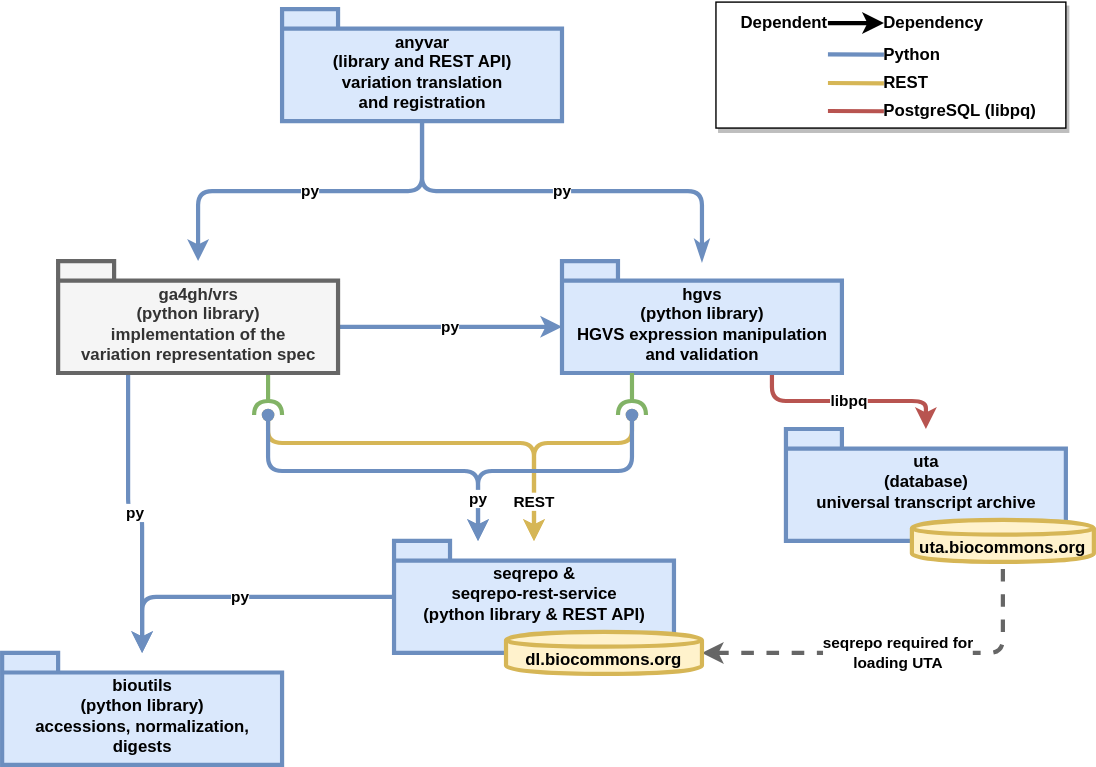
biocommons/biocommons.github.io keeps this draw.io diagram as docs/images/projects.drawio.svg. Above is the earlier version. Source tidied: cells renumbered, new cells last; positions are measured from the earlier drawing's top-left corner, leaving out a move shared by most shapes. Source of this version:
```xml
<mxGraphModel>
  <root>
    <mxCell id="0" />
    <mxCell id="1" parent="0" />
    <mxCell id="2" style="rounded=0;whiteSpace=wrap;html=1;strokeWidth=1;shadow=1;" parent="1" vertex="1">
      <mxGeometry x="510" width="250" height="90" as="geometry" />
    </mxCell>
    <mxCell id="3" value="py" style="edgeStyle=orthogonalEdgeStyle;rounded=1;jettySize=auto;html=1;exitX=0;exitY=0;exitDx=200;exitDy=47;exitPerimeter=0;strokeWidth=3;entryX=0;entryY=0;entryDx=0;entryDy=47;entryPerimeter=0;fontStyle=1;fillColor=#dae8fc;strokeColor=#6c8ebf;" parent="1" edge="1" source="6" target="9">
      <mxGeometry relative="1" as="geometry" />
    </mxCell>
    <mxCell id="4" style="edgeStyle=none;rounded=0;jettySize=auto;html=1;exitX=0.75;exitY=1;exitDx=0;exitDy=0;exitPerimeter=0;strokeWidth=3;endArrow=halfCircle;endFill=0;fillColor=#d5e8d4;strokeColor=#82b366;" parent="1" edge="1" source="6">
      <mxGeometry relative="1" as="geometry">
        <mxPoint x="190" y="295" as="targetPoint" />
      </mxGeometry>
    </mxCell>
    <mxCell id="5" value="py" style="edgeStyle=orthogonalEdgeStyle;rounded=1;jettySize=auto;html=1;strokeWidth=3;exitX=0.25;exitY=1;exitDx=0;exitDy=0;exitPerimeter=0;fontStyle=1;fillColor=#dae8fc;strokeColor=#6c8ebf;" parent="1" edge="1" source="6" target="17">
      <mxGeometry relative="1" as="geometry" />
    </mxCell>
    <mxCell id="6" value="ga4gh/vrs&lt;br&gt;(python library)&lt;br&gt;implementation of the&lt;br&gt;variation representation spec" style="shape=folder;fontStyle=1;spacingTop=10;tabWidth=40;tabHeight=14;tabPosition=left;html=1;fillColor=#f5f5f5;strokeColor=#666666;verticalAlign=top;strokeWidth=3;fontColor=#333333;" parent="1" vertex="1">
      <mxGeometry x="40" y="185" width="200" height="80" as="geometry" />
    </mxCell>
    <mxCell id="7" style="edgeStyle=orthogonalEdgeStyle;rounded=1;jettySize=auto;html=1;strokeWidth=3;startArrow=oval;startFill=1;fillColor=#fff2cc;strokeColor=#d6b656;" parent="1" edge="1" target="12">
      <mxGeometry relative="1" as="geometry">
        <mxPoint x="450" y="295" as="sourcePoint" />
        <Array as="points">
          <mxPoint x="450" y="315" />
          <mxPoint x="380" y="315" />
        </Array>
      </mxGeometry>
    </mxCell>
    <mxCell id="8" value="libpq" style="edgeStyle=orthogonalEdgeStyle;rounded=1;jettySize=auto;html=1;exitX=0.75;exitY=1;exitDx=0;exitDy=0;exitPerimeter=0;strokeWidth=3;fontStyle=1;fillColor=#f8cecc;strokeColor=#b85450;" parent="1" edge="1" source="9" target="18">
      <mxGeometry relative="1" as="geometry">
        <Array as="points">
          <mxPoint x="550" y="285" />
          <mxPoint x="660" y="285" />
        </Array>
      </mxGeometry>
    </mxCell>
    <mxCell id="9" value="hgvs&lt;br&gt;(python library)&lt;br&gt;HGVS expression manipulation&lt;br&gt;and validation" style="shape=folder;fontStyle=1;spacingTop=10;tabWidth=40;tabHeight=14;tabPosition=left;html=1;fillColor=#dae8fc;strokeColor=#6c8ebf;strokeWidth=3;verticalAlign=top;" parent="1" vertex="1">
      <mxGeometry x="400" y="185" width="200" height="80" as="geometry" />
    </mxCell>
    <mxCell id="10" value="py" style="edgeStyle=orthogonalEdgeStyle;rounded=1;jettySize=auto;html=1;strokeWidth=3;fontStyle=1;fillColor=#dae8fc;strokeColor=#6c8ebf;" parent="1" edge="1" source="12" target="17">
      <mxGeometry relative="1" as="geometry">
        <Array as="points">
          <mxPoint x="100" y="425" />
        </Array>
      </mxGeometry>
    </mxCell>
    <mxCell id="11" value="seqrepo required for&lt;br&gt;loading UTA&lt;br&gt;" style="edgeStyle=orthogonalEdgeStyle;rounded=1;html=1;exitX=1;exitY=0.5;exitDx=0;exitDy=0;entryX=0.5;entryY=1;entryDx=0;entryDy=0;strokeWidth=3;startArrow=classic;startFill=1;endArrow=none;endFill=0;dashed=1;fontStyle=1;fillColor=#f5f5f5;strokeColor=#666666;" parent="1" edge="1" source="16" target="19">
      <mxGeometry relative="1" as="geometry" />
    </mxCell>
    <mxCell id="12" value="seqrepo &amp;amp;&amp;nbsp;&lt;br&gt;seqrepo-rest-service&lt;br&gt;(python library &amp;amp; REST API)" style="shape=folder;fontStyle=1;spacingTop=10;tabWidth=40;tabHeight=14;tabPosition=left;html=1;fillColor=#dae8fc;strokeColor=#6c8ebf;strokeWidth=3;verticalAlign=top;" parent="1" vertex="1">
      <mxGeometry x="280" y="385" width="200" height="80" as="geometry" />
    </mxCell>
    <mxCell id="13" value="py" style="edgeStyle=orthogonalEdgeStyle;rounded=1;jettySize=auto;html=1;exitX=0.5;exitY=1;exitDx=0;exitDy=0;exitPerimeter=0;endArrow=classic;endFill=1;strokeWidth=3;fontStyle=1;fillColor=#dae8fc;strokeColor=#6c8ebf;spacingLeft=0;spacing=2;labelBorderColor=none;" parent="1" edge="1" source="15" target="6">
      <mxGeometry relative="1" as="geometry" />
    </mxCell>
    <mxCell id="14" value="py" style="edgeStyle=orthogonalEdgeStyle;rounded=1;html=1;exitX=0.5;exitY=1;exitDx=0;exitDy=0;exitPerimeter=0;strokeWidth=3;startArrow=none;startFill=0;endArrow=classicThin;endFill=1;fontStyle=1;fillColor=#dae8fc;strokeColor=#6c8ebf;" parent="1" edge="1" source="15" target="9">
      <mxGeometry relative="1" as="geometry" />
    </mxCell>
    <mxCell id="15" value="anyvar&lt;br&gt;(library and REST API)&lt;br&gt;variation translation&lt;br&gt;and registration" style="shape=folder;fontStyle=1;spacingTop=10;tabWidth=40;tabHeight=14;tabPosition=left;html=1;fillColor=#dae8fc;strokeColor=#6c8ebf;strokeWidth=3;" parent="1" vertex="1">
      <mxGeometry x="200" y="5" width="200" height="80" as="geometry" />
    </mxCell>
    <mxCell id="16" value="&lt;b&gt;dl.biocommons.org&lt;/b&gt;" style="shape=cylinder;whiteSpace=wrap;html=1;boundedLbl=1;backgroundOutline=1;fillColor=#fff2cc;strokeColor=#d6b656;strokeWidth=3;" parent="1" vertex="1">
      <mxGeometry x="360" y="450" width="140" height="30" as="geometry" />
    </mxCell>
    <mxCell id="17" value="bioutils&lt;br&gt;(python library)&lt;br&gt;accessions, normalization,&lt;br&gt;digests" style="shape=folder;fontStyle=1;spacingTop=10;tabWidth=40;tabHeight=14;tabPosition=left;html=1;fillColor=#dae8fc;strokeColor=#6c8ebf;strokeWidth=3;verticalAlign=top;" parent="1" vertex="1">
      <mxGeometry y="465" width="200" height="80" as="geometry" />
    </mxCell>
    <mxCell id="18" value="uta&lt;br&gt;(database)&lt;br&gt;universal transcript archive" style="shape=folder;fontStyle=1;spacingTop=10;tabWidth=40;tabHeight=14;tabPosition=left;html=1;fillColor=#dae8fc;strokeColor=#6c8ebf;strokeWidth=3;verticalAlign=top;" parent="1" vertex="1">
      <mxGeometry x="560" y="305" width="200" height="80" as="geometry" />
    </mxCell>
    <mxCell id="19" value="uta.biocommons.org" style="shape=cylinder;whiteSpace=wrap;html=1;boundedLbl=1;backgroundOutline=1;fillColor=#fff2cc;strokeColor=#d6b656;strokeWidth=3;fontStyle=1;" parent="1" vertex="1">
      <mxGeometry x="650" y="370" width="130" height="30" as="geometry" />
    </mxCell>
    <mxCell id="20" style="edgeStyle=none;rounded=0;jettySize=auto;html=1;strokeWidth=3;endArrow=halfCircle;endFill=0;exitX=0.25;exitY=1;exitDx=0;exitDy=0;exitPerimeter=0;fillColor=#d5e8d4;strokeColor=#82b366;" parent="1" edge="1" source="9">
      <mxGeometry relative="1" as="geometry">
        <mxPoint x="450" y="295" as="targetPoint" />
      </mxGeometry>
    </mxCell>
    <mxCell id="21" value="REST" style="edgeStyle=orthogonalEdgeStyle;rounded=1;orthogonalLoop=1;jettySize=auto;html=1;strokeWidth=3;startArrow=oval;startFill=1;fontStyle=1;fillColor=#fff2cc;strokeColor=#d6b656;" parent="1" edge="1">
      <mxGeometry x="0.8" relative="1" as="geometry">
        <mxPoint x="190" y="295" as="sourcePoint" />
        <mxPoint x="380" y="385" as="targetPoint" />
        <Array as="points">
          <mxPoint x="190" y="315" />
          <mxPoint x="380" y="315" />
        </Array>
      </mxGeometry>
    </mxCell>
    <mxCell id="22" style="edgeStyle=orthogonalEdgeStyle;rounded=1;jettySize=auto;html=1;strokeWidth=3;startArrow=oval;startFill=1;fillColor=#dae8fc;strokeColor=#6c8ebf;entryX=0.3;entryY=0;entryDx=0;entryDy=0;entryPerimeter=0;" parent="1" edge="1" target="12">
      <mxGeometry relative="1" as="geometry">
        <mxPoint x="450" y="295" as="sourcePoint" />
        <Array as="points">
          <mxPoint x="450" y="335" />
          <mxPoint x="340" y="335" />
        </Array>
      </mxGeometry>
    </mxCell>
    <mxCell id="23" value="py" style="edgeStyle=orthogonalEdgeStyle;rounded=1;orthogonalLoop=1;jettySize=auto;html=1;strokeWidth=3;startArrow=oval;startFill=1;fontStyle=1;fillColor=#dae8fc;strokeColor=#6c8ebf;" parent="1" edge="1">
      <mxGeometry x="0.75" relative="1" as="geometry">
        <mxPoint x="190" y="295" as="sourcePoint" />
        <mxPoint x="340" y="385" as="targetPoint" />
        <Array as="points">
          <mxPoint x="190" y="335" />
          <mxPoint x="340" y="335" />
        </Array>
      </mxGeometry>
    </mxCell>
    <mxCell id="24" style="edgeStyle=none;html=1;exitX=1;exitY=0.5;exitDx=0;exitDy=0;entryX=0;entryY=0.5;entryDx=0;entryDy=0;strokeWidth=3;spacing=2;targetPerimeterSpacing=0;sourcePerimeterSpacing=0;" parent="1" edge="1" source="25" target="26">
      <mxGeometry relative="1" as="geometry" />
    </mxCell>
    <mxCell id="25" value="Dependent&amp;nbsp;&amp;nbsp;" style="text;html=1;strokeColor=none;fillColor=none;align=right;verticalAlign=middle;whiteSpace=wrap;rounded=0;strokeWidth=3;fontStyle=1;spacing=0;spacingLeft=0;spacingRight=0;" parent="1" vertex="1">
      <mxGeometry x="510" width="80" height="30" as="geometry" />
    </mxCell>
    <mxCell id="26" value="&amp;nbsp; Dependency" style="text;html=1;strokeColor=none;fillColor=none;align=left;verticalAlign=middle;whiteSpace=wrap;rounded=0;strokeWidth=3;fontStyle=1;spacing=0;spacingLeft=0;spacingRight=0;" parent="1" vertex="1">
      <mxGeometry x="630" width="85" height="30" as="geometry" />
    </mxCell>
    <mxCell id="27" style="edgeStyle=none;html=1;exitX=1;exitY=0.5;exitDx=0;exitDy=0;strokeWidth=3;spacing=2;targetPerimeterSpacing=0;sourcePerimeterSpacing=0;endArrow=none;endFill=0;fillColor=#dae8fc;strokeColor=#6c8ebf;" parent="1" edge="1">
      <mxGeometry relative="1" as="geometry">
        <mxPoint x="590" y="37.3" as="sourcePoint" />
        <mxPoint x="630" y="37.5" as="targetPoint" />
      </mxGeometry>
    </mxCell>
    <mxCell id="28" value="&amp;nbsp;Python" style="text;html=1;strokeColor=none;fillColor=none;align=left;verticalAlign=middle;whiteSpace=wrap;rounded=0;strokeWidth=3;fontStyle=1;spacing=0;spacingLeft=0;spacingRight=0;" parent="1" vertex="1">
      <mxGeometry x="630" y="30" width="120" height="15" as="geometry" />
    </mxCell>
    <mxCell id="29" style="edgeStyle=none;html=1;exitX=1;exitY=0.5;exitDx=0;exitDy=0;strokeWidth=3;spacing=2;targetPerimeterSpacing=0;sourcePerimeterSpacing=0;endArrow=none;endFill=0;fillColor=#fff2cc;strokeColor=#d6b656;" parent="1" edge="1">
      <mxGeometry relative="1" as="geometry">
        <mxPoint x="590" y="57.8" as="sourcePoint" />
        <mxPoint x="630" y="58" as="targetPoint" />
      </mxGeometry>
    </mxCell>
    <mxCell id="30" value="&amp;nbsp;REST" style="text;html=1;strokeColor=none;fillColor=none;align=left;verticalAlign=middle;whiteSpace=wrap;rounded=0;strokeWidth=3;fontStyle=1;spacing=0;spacingLeft=0;spacingRight=0;" parent="1" vertex="1">
      <mxGeometry x="630" y="50.5" width="120" height="15" as="geometry" />
    </mxCell>
    <mxCell id="31" style="edgeStyle=none;html=1;exitX=1;exitY=0.5;exitDx=0;exitDy=0;strokeWidth=3;spacing=2;targetPerimeterSpacing=0;sourcePerimeterSpacing=0;endArrow=none;endFill=0;fillColor=#f8cecc;strokeColor=#b85450;" parent="1" edge="1">
      <mxGeometry relative="1" as="geometry">
        <mxPoint x="590" y="77.8" as="sourcePoint" />
        <mxPoint x="630" y="78" as="targetPoint" />
      </mxGeometry>
    </mxCell>
    <mxCell id="32" value="&amp;nbsp;PostgreSQL (libpq)" style="text;html=1;strokeColor=none;fillColor=none;align=left;verticalAlign=middle;whiteSpace=wrap;rounded=0;strokeWidth=3;fontStyle=1;spacing=0;spacingLeft=0;spacingRight=0;" parent="1" vertex="1">
      <mxGeometry x="630" y="70.5" width="120" height="15" as="geometry" />
    </mxCell>
  </root>
</mxGraphModel>
```
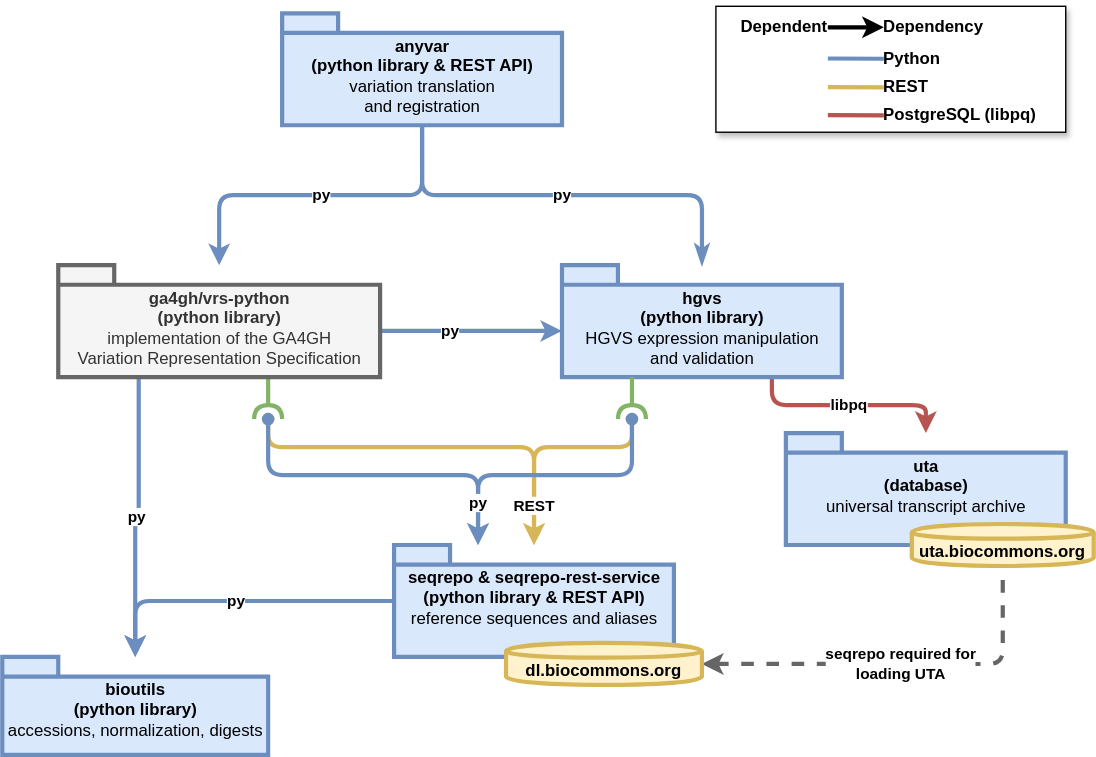
The same file after the commit.

Commit message:
docs: update project diagram + 2025 hackathon readme

The edit, as a diff of the source:
```diff
@@ -8,16 +8,17 @@
     <mxCell id="3" value="py" style="edgeStyle=orthogonalEdgeStyle;rounded=1;jettySize=auto;html=1;exitX=0;exitY=0;exitDx=200;exitDy=47;exitPerimeter=0;strokeWidth=3;entryX=0;entryY=0;entryDx=0;entryDy=47;entryPerimeter=0;fontStyle=1;fillColor=#dae8fc;strokeColor=#6c8ebf;" parent="1" edge="1" source="6" target="9">
       <mxGeometry relative="1" as="geometry" />
     </mxCell>
-    <mxCell id="4" style="edgeStyle=none;rounded=0;jettySize=auto;html=1;exitX=0.75;exitY=1;exitDx=0;exitDy=0;exitPerimeter=0;strokeWidth=3;endArrow=halfCircle;endFill=0;fillColor=#d5e8d4;strokeColor=#82b366;" parent="1" edge="1" source="6">
+    <mxCell id="4" style="edgeStyle=none;rounded=0;orthogonalLoop=1;jettySize=auto;html=1;strokeWidth=3;endArrow=halfCircle;endFill=0;fillColor=#d5e8d4;strokeColor=#82b366;" parent="1" edge="1">
       <mxGeometry relative="1" as="geometry">
+        <mxPoint x="190" y="255" as="sourcePoint" />
         <mxPoint x="190" y="295" as="targetPoint" />
       </mxGeometry>
     </mxCell>
     <mxCell id="5" value="py" style="edgeStyle=orthogonalEdgeStyle;rounded=1;jettySize=auto;html=1;strokeWidth=3;exitX=0.25;exitY=1;exitDx=0;exitDy=0;exitPerimeter=0;fontStyle=1;fillColor=#dae8fc;strokeColor=#6c8ebf;" parent="1" edge="1" source="6" target="17">
       <mxGeometry relative="1" as="geometry" />
     </mxCell>
-    <mxCell id="6" value="ga4gh/vrs&lt;br&gt;(python library)&lt;br&gt;implementation of the&lt;br&gt;variation representation spec" style="shape=folder;fontStyle=1;spacingTop=10;tabWidth=40;tabHeight=14;tabPosition=left;html=1;fillColor=#f5f5f5;strokeColor=#666666;verticalAlign=top;strokeWidth=3;fontColor=#333333;" parent="1" vertex="1">
-      <mxGeometry x="40" y="185" width="200" height="80" as="geometry" />
+    <mxCell id="6" value="ga4gh/vrs-python&lt;br&gt;(python library)&lt;br&gt;&lt;span style=&quot;font-weight: normal;&quot;&gt;implementation of the GA4GH&lt;br&gt;Variation Representation Specification&lt;/span&gt;" style="shape=folder;fontStyle=1;spacingTop=10;tabWidth=40;tabHeight=14;tabPosition=left;html=1;fillColor=#f5f5f5;strokeColor=#666666;verticalAlign=top;strokeWidth=3;fontColor=#333333;" parent="1" vertex="1">
+      <mxGeometry x="40" y="185" width="230" height="80" as="geometry" />
     </mxCell>
     <mxCell id="7" style="edgeStyle=orthogonalEdgeStyle;rounded=1;jettySize=auto;html=1;strokeWidth=3;startArrow=oval;startFill=1;fillColor=#fff2cc;strokeColor=#d6b656;" parent="1" edge="1" target="12">
       <mxGeometry relative="1" as="geometry">
@@ -36,20 +37,20 @@
         </Array>
       </mxGeometry>
     </mxCell>
-    <mxCell id="9" value="hgvs&lt;br&gt;(python library)&lt;br&gt;HGVS expression manipulation&lt;br&gt;and validation" style="shape=folder;fontStyle=1;spacingTop=10;tabWidth=40;tabHeight=14;tabPosition=left;html=1;fillColor=#dae8fc;strokeColor=#6c8ebf;strokeWidth=3;verticalAlign=top;" parent="1" vertex="1">
+    <mxCell id="9" value="hgvs&lt;br&gt;(python library)&lt;br&gt;&lt;span style=&quot;font-weight: normal;&quot;&gt;HGVS expression manipulation&lt;br&gt;and validation&lt;/span&gt;" style="shape=folder;fontStyle=1;spacingTop=10;tabWidth=40;tabHeight=14;tabPosition=left;html=1;fillColor=#dae8fc;strokeColor=#6c8ebf;strokeWidth=3;verticalAlign=top;" parent="1" vertex="1">
       <mxGeometry x="400" y="185" width="200" height="80" as="geometry" />
     </mxCell>
     <mxCell id="10" value="py" style="edgeStyle=orthogonalEdgeStyle;rounded=1;jettySize=auto;html=1;strokeWidth=3;fontStyle=1;fillColor=#dae8fc;strokeColor=#6c8ebf;" parent="1" edge="1" source="12" target="17">
       <mxGeometry relative="1" as="geometry">
         <Array as="points">
-          <mxPoint x="100" y="425" />
+          <mxPoint x="95" y="425" />
         </Array>
       </mxGeometry>
     </mxCell>
     <mxCell id="11" value="seqrepo required for&lt;br&gt;loading UTA&lt;br&gt;" style="edgeStyle=orthogonalEdgeStyle;rounded=1;html=1;exitX=1;exitY=0.5;exitDx=0;exitDy=0;entryX=0.5;entryY=1;entryDx=0;entryDy=0;strokeWidth=3;startArrow=classic;startFill=1;endArrow=none;endFill=0;dashed=1;fontStyle=1;fillColor=#f5f5f5;strokeColor=#666666;" parent="1" edge="1" source="16" target="19">
       <mxGeometry relative="1" as="geometry" />
     </mxCell>
-    <mxCell id="12" value="seqrepo &amp;amp;&amp;nbsp;&lt;br&gt;seqrepo-rest-service&lt;br&gt;(python library &amp;amp; REST API)" style="shape=folder;fontStyle=1;spacingTop=10;tabWidth=40;tabHeight=14;tabPosition=left;html=1;fillColor=#dae8fc;strokeColor=#6c8ebf;strokeWidth=3;verticalAlign=top;" parent="1" vertex="1">
+    <mxCell id="12" value="seqrepo &amp;amp; seqrepo-rest-service &lt;br&gt;&lt;span style=&quot;color: rgb(0, 0, 0);&quot;&gt;(python library &amp;amp;&amp;nbsp;&lt;/span&gt;REST API)&lt;br&gt;&lt;span style=&quot;font-weight: normal;&quot;&gt;reference sequences and aliases&lt;/span&gt;" style="shape=folder;fontStyle=1;spacingTop=10;tabWidth=40;tabHeight=14;tabPosition=left;html=1;fillColor=#dae8fc;strokeColor=#6c8ebf;strokeWidth=3;verticalAlign=top;" parent="1" vertex="1">
       <mxGeometry x="280" y="385" width="200" height="80" as="geometry" />
     </mxCell>
     <mxCell id="13" value="py" style="edgeStyle=orthogonalEdgeStyle;rounded=1;jettySize=auto;html=1;exitX=0.5;exitY=1;exitDx=0;exitDy=0;exitPerimeter=0;endArrow=classic;endFill=1;strokeWidth=3;fontStyle=1;fillColor=#dae8fc;strokeColor=#6c8ebf;spacingLeft=0;spacing=2;labelBorderColor=none;" parent="1" edge="1" source="15" target="6">
@@ -58,16 +59,16 @@
     <mxCell id="14" value="py" style="edgeStyle=orthogonalEdgeStyle;rounded=1;html=1;exitX=0.5;exitY=1;exitDx=0;exitDy=0;exitPerimeter=0;strokeWidth=3;startArrow=none;startFill=0;endArrow=classicThin;endFill=1;fontStyle=1;fillColor=#dae8fc;strokeColor=#6c8ebf;" parent="1" edge="1" source="15" target="9">
       <mxGeometry relative="1" as="geometry" />
     </mxCell>
-    <mxCell id="15" value="anyvar&lt;br&gt;(library and REST API)&lt;br&gt;variation translation&lt;br&gt;and registration" style="shape=folder;fontStyle=1;spacingTop=10;tabWidth=40;tabHeight=14;tabPosition=left;html=1;fillColor=#dae8fc;strokeColor=#6c8ebf;strokeWidth=3;" parent="1" vertex="1">
+    <mxCell id="15" value="anyvar&lt;br&gt;(python library &amp;amp; REST API)&lt;br&gt;&lt;span style=&quot;font-weight: normal;&quot;&gt;variation translation&lt;br&gt;and registration&lt;/span&gt;" style="shape=folder;fontStyle=1;spacingTop=10;tabWidth=40;tabHeight=14;tabPosition=left;html=1;fillColor=#dae8fc;strokeColor=#6c8ebf;strokeWidth=3;" parent="1" vertex="1">
       <mxGeometry x="200" y="5" width="200" height="80" as="geometry" />
     </mxCell>
     <mxCell id="16" value="&lt;b&gt;dl.biocommons.org&lt;/b&gt;" style="shape=cylinder;whiteSpace=wrap;html=1;boundedLbl=1;backgroundOutline=1;fillColor=#fff2cc;strokeColor=#d6b656;strokeWidth=3;" parent="1" vertex="1">
-      <mxGeometry x="360" y="450" width="140" height="30" as="geometry" />
+      <mxGeometry x="360" y="455" width="140" height="30" as="geometry" />
     </mxCell>
-    <mxCell id="17" value="bioutils&lt;br&gt;(python library)&lt;br&gt;accessions, normalization,&lt;br&gt;digests" style="shape=folder;fontStyle=1;spacingTop=10;tabWidth=40;tabHeight=14;tabPosition=left;html=1;fillColor=#dae8fc;strokeColor=#6c8ebf;strokeWidth=3;verticalAlign=top;" parent="1" vertex="1">
-      <mxGeometry y="465" width="200" height="80" as="geometry" />
+    <mxCell id="17" value="bioutils&lt;br&gt;(python library)&lt;br&gt;&lt;span style=&quot;font-weight: normal;&quot;&gt;accessions, normalization, digests&lt;/span&gt;" style="shape=folder;fontStyle=1;spacingTop=10;tabWidth=40;tabHeight=14;tabPosition=left;html=1;fillColor=#dae8fc;strokeColor=#6c8ebf;strokeWidth=3;verticalAlign=top;" parent="1" vertex="1">
+      <mxGeometry y="465" width="190" height="70" as="geometry" />
     </mxCell>
-    <mxCell id="18" value="uta&lt;br&gt;(database)&lt;br&gt;universal transcript archive" style="shape=folder;fontStyle=1;spacingTop=10;tabWidth=40;tabHeight=14;tabPosition=left;html=1;fillColor=#dae8fc;strokeColor=#6c8ebf;strokeWidth=3;verticalAlign=top;" parent="1" vertex="1">
+    <mxCell id="18" value="uta&lt;br&gt;(database)&lt;br&gt;&lt;span style=&quot;font-weight: normal;&quot;&gt;universal transcript archive&lt;/span&gt;" style="shape=folder;fontStyle=1;spacingTop=10;tabWidth=40;tabHeight=14;tabPosition=left;html=1;fillColor=#dae8fc;strokeColor=#6c8ebf;strokeWidth=3;verticalAlign=top;" parent="1" vertex="1">
       <mxGeometry x="560" y="305" width="200" height="80" as="geometry" />
     </mxCell>
     <mxCell id="19" value="uta.biocommons.org" style="shape=cylinder;whiteSpace=wrap;html=1;boundedLbl=1;backgroundOutline=1;fillColor=#fff2cc;strokeColor=#d6b656;strokeWidth=3;fontStyle=1;" parent="1" vertex="1">
@@ -113,7 +114,7 @@
     <mxCell id="25" value="Dependent&amp;nbsp;&amp;nbsp;" style="text;html=1;strokeColor=none;fillColor=none;align=right;verticalAlign=middle;whiteSpace=wrap;rounded=0;strokeWidth=3;fontStyle=1;spacing=0;spacingLeft=0;spacingRight=0;" parent="1" vertex="1">
       <mxGeometry x="510" width="80" height="30" as="geometry" />
     </mxCell>
-    <mxCell id="26" value="&amp;nbsp; Dependency" style="text;html=1;strokeColor=none;fillColor=none;align=left;verticalAlign=middle;whiteSpace=wrap;rounded=0;strokeWidth=3;fontStyle=1;spacing=0;spacingLeft=0;spacingRight=0;" parent="1" vertex="1">
+    <mxCell id="26" value="&amp;nbsp;Dependency" style="text;html=1;strokeColor=none;fillColor=none;align=left;verticalAlign=middle;whiteSpace=wrap;rounded=0;strokeWidth=3;fontStyle=1;spacing=0;spacingLeft=0;spacingRight=0;" parent="1" vertex="1">
       <mxGeometry x="630" width="85" height="30" as="geometry" />
     </mxCell>
     <mxCell id="27" style="edgeStyle=none;html=1;exitX=1;exitY=0.5;exitDx=0;exitDy=0;strokeWidth=3;spacing=2;targetPerimeterSpacing=0;sourcePerimeterSpacing=0;endArrow=none;endFill=0;fillColor=#dae8fc;strokeColor=#6c8ebf;" parent="1" edge="1">
```
